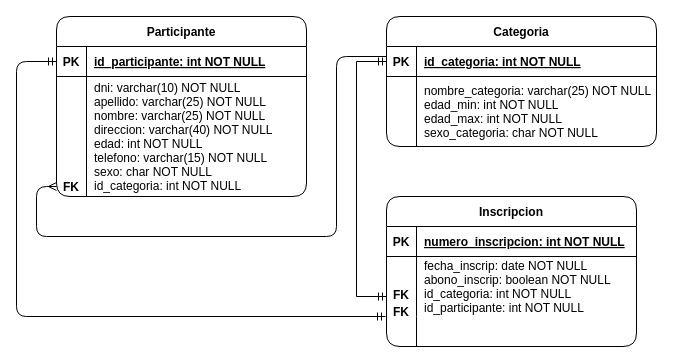
Before: Consultas_SQL/torneo_tenis.drawio in caidevOficial/Java_PoloTic_Fullstack, a draw.io diagram. Source tidied: cells renumbered, new cells numbered last; positions are measured from the earlier drawing's top-left corner, leaving out a move shared by most shapes. Both pictures are drawn from the tidied source at 100%, with x=0, y=0 at pixel (16, 16).
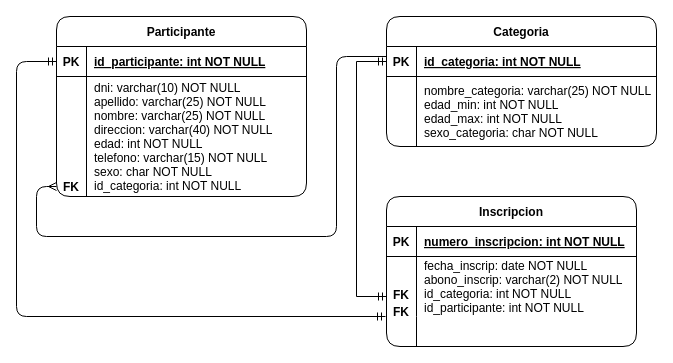
The same diagram, later.

Commit message:
Consultas actualizadas.

Unchanged cells that the change refers to:
```xml
<mxCell id="13" style="shape=partialRectangle;fillColor=none;top=0;left=0;right=0;bottom=0;rounded=1;" parent="9" vertex="1">
  <mxGeometry y="60" width="250" height="60" as="geometry" />
</mxCell>
```

What changed in the source:
```diff
@@
-    <mxCell id="15" value="fecha_inscrip: date NOT NULL&#10;abono_inscrip: boolean NOT NULL&#10;id_categoria: int NOT NULL&#10;id_participante: int NOT NULL" style="shape=partialRectangle;overflow=hidden;fillColor=none;top=0;left=0;bottom=0;right=0;align=left;spacingLeft=6;rounded=1;" parent="13" vertex="1">
+    <mxCell id="15" value="fecha_inscrip: date NOT NULL&#10;abono_inscrip: varchar(2) NOT NULL&#10;id_categoria: int NOT NULL&#10;id_participante: int NOT NULL" style="shape=partialRectangle;overflow=hidden;fillColor=none;top=0;left=0;bottom=0;right=0;align=left;spacingLeft=6;rounded=1;" parent="13" vertex="1">
       <mxGeometry x="30" width="220" height="60" as="geometry" />
     </mxCell>
```
